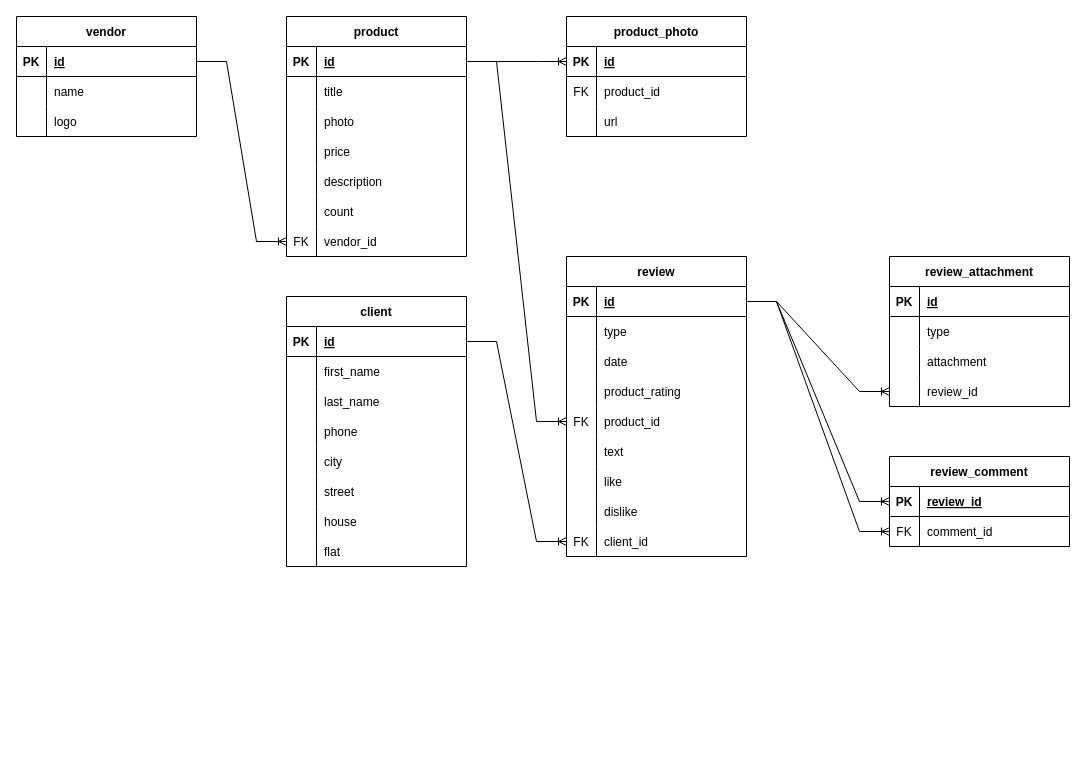
Above: docs/data_schema.drawio in MOBelyaev/appliances-strore-sample (draw.io), before the change. Source tidied: cells renumbered, new cells numbered last; positions are measured from the earlier drawing's top-left corner, leaving out a move shared by most shapes. Both pictures are drawn from the tidied source at 100%, with x=0, y=0 at pixel (16, 16).
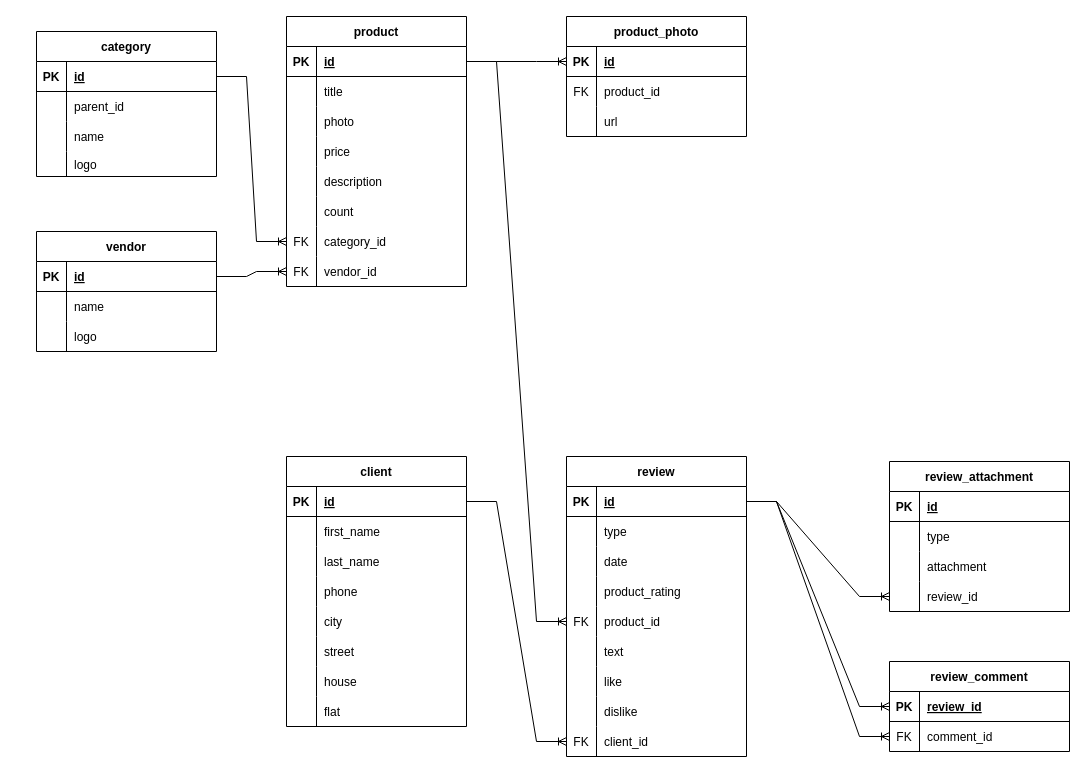
Above is the later version.

Diff of the diagram source:
```diff
@@
     <mxCell id="2" value="vendor" style="shape=table;startSize=30;childLayout=tableLayout;rowLines=0;fontStyle=1;align=center;" parent="1" vertex="1">
-      <mxGeometry width="180" height="120" as="geometry" />
+      <mxGeometry x="20" y="215" width="180" height="120" as="geometry" />
     </mxCell>
@@
     <mxCell id="12" value="product" style="shape=table;startSize=30;childLayout=tableLayout;rowLines=0;fontStyle=1;align=center;" parent="1" vertex="1">
-      <mxGeometry x="270" width="180" height="240" as="geometry" />
+      <mxGeometry x="270" width="180" height="270" as="geometry" />
     </mxCell>
@@
+    <mxCell id="124" style="shape=tableRow;horizontal=0;startSize=0;swimlaneHead=0;swimlaneBody=0;fillColor=none;points=[[0,0.5],[1,0.5]];portConstraint=eastwest;top=0;left=0;right=0;bottom=0;" parent="12" vertex="1">
+      <mxGeometry y="210" width="180" height="30" as="geometry" />
+    </mxCell>
+    <mxCell id="125" value="FK" style="shape=partialRectangle;fillColor=none;top=0;left=0;bottom=0;right=0;fontStyle=0;overflow=hidden;" parent="124" vertex="1">
+      <mxGeometry width="30" height="30" as="geometry" />
+    </mxCell>
+    <mxCell id="126" value="category_id" style="shape=partialRectangle;fillColor=none;top=0;left=0;bottom=0;right=0;align=left;spacingLeft=6;fontStyle=0;overflow=hidden;" parent="124" vertex="1">
+      <mxGeometry x="30" width="150" height="30" as="geometry" />
+    </mxCell>
     <mxCell id="31" style="shape=tableRow;horizontal=0;startSize=0;swimlaneHead=0;swimlaneBody=0;fillColor=none;points=[[0,0.5],[1,0.5]];portConstraint=eastwest;top=0;left=0;right=0;bottom=0;" parent="12" vertex="1">
-      <mxGeometry y="210" width="180" height="30" as="geometry" />
+      <mxGeometry y="240" width="180" height="30" as="geometry" />
     </mxCell>
@@
     <mxCell id="44" value="client" style="shape=table;startSize=30;childLayout=tableLayout;rowLines=0;fontStyle=1;align=center;" parent="1" vertex="1">
-      <mxGeometry x="270" y="280" width="180" height="270" as="geometry" />
+      <mxGeometry x="270" y="440" width="180" height="270" as="geometry" />
     </mxCell>
@@
     <mxCell id="69" value="review" style="shape=table;startSize=30;childLayout=tableLayout;rowLines=0;fontStyle=1;align=center;" parent="1" vertex="1">
-      <mxGeometry x="550" y="240" width="180" height="300" as="geometry" />
+      <mxGeometry x="550" y="440" width="180" height="300" as="geometry" />
     </mxCell>
@@
     <mxCell id="97" value="review_attachment" style="shape=table;startSize=30;childLayout=tableLayout;rowLines=0;fontStyle=1;align=center;" parent="1" vertex="1">
-      <mxGeometry x="873" y="240" width="180" height="150" as="geometry" />
+      <mxGeometry x="873" y="445" width="180" height="150" as="geometry" />
     </mxCell>
@@
     <mxCell id="110" value="review_comment" style="shape=table;startSize=30;childLayout=tableLayout;rowLines=0;fontStyle=1;align=center;" parent="1" vertex="1">
-      <mxGeometry x="873" y="440" width="180" height="90" as="geometry" />
+      <mxGeometry x="873" y="645" width="180" height="90" as="geometry" />
     </mxCell>
@@
+    <mxCell id="127" value="category" style="shape=table;startSize=30;childLayout=tableLayout;rowLines=0;fontStyle=1;align=center;" parent="1" vertex="1">
+      <mxGeometry x="20" y="15" width="180" height="145" as="geometry" />
+    </mxCell>
+    <mxCell id="128" style="shape=tableRow;horizontal=0;startSize=0;swimlaneHead=0;swimlaneBody=0;fillColor=none;points=[[0,0.5],[1,0.5]];portConstraint=eastwest;top=0;left=0;right=0;bottom=1;" parent="127" vertex="1">
+      <mxGeometry y="30" width="180" height="30" as="geometry" />
+    </mxCell>
+    <mxCell id="129" value="PK" style="shape=partialRectangle;fillColor=none;top=0;left=0;bottom=0;right=0;fontStyle=1;overflow=hidden;" parent="128" vertex="1">
+      <mxGeometry width="30" height="30" as="geometry" />
+    </mxCell>
+    <mxCell id="130" value="id" style="shape=partialRectangle;fillColor=none;top=0;left=0;bottom=0;right=0;align=left;spacingLeft=6;fontStyle=5;overflow=hidden;" parent="128" vertex="1">
+      <mxGeometry x="30" width="150" height="30" as="geometry" />
+    </mxCell>
+    <mxCell id="131" style="shape=tableRow;horizontal=0;startSize=0;swimlaneHead=0;swimlaneBody=0;fillColor=none;top=0;left=0;right=0;bottom=0;" parent="127" vertex="1">
+      <mxGeometry y="60" width="180" height="30" as="geometry" />
+    </mxCell>
+    <mxCell id="132" style="shape=partialRectangle;fillColor=none;top=0;left=0;bottom=0;right=0;overflow=hidden;" parent="131" vertex="1">
+      <mxGeometry width="30" height="30" as="geometry" />
+    </mxCell>
+    <mxCell id="133" value="parent_id" style="shape=partialRectangle;fillColor=none;top=0;left=0;bottom=0;right=0;align=left;spacingLeft=6;overflow=hidden;" parent="131" vertex="1">
+      <mxGeometry x="30" width="150" height="30" as="geometry" />
+    </mxCell>
+    <mxCell id="134" style="shape=tableRow;horizontal=0;startSize=0;swimlaneHead=0;swimlaneBody=0;fillColor=none;top=0;left=0;right=0;bottom=0;" parent="127" vertex="1">
+      <mxGeometry y="90" width="180" height="30" as="geometry" />
+    </mxCell>
+    <mxCell id="135" style="shape=partialRectangle;fillColor=none;top=0;left=0;bottom=0;right=0;overflow=hidden;" parent="134" vertex="1">
+      <mxGeometry width="30" height="30" as="geometry" />
+    </mxCell>
+    <mxCell id="136" value="name" style="shape=partialRectangle;fillColor=none;top=0;left=0;bottom=0;right=0;align=left;spacingLeft=6;overflow=hidden;" parent="134" vertex="1">
+      <mxGeometry x="30" width="150" height="30" as="geometry" />
+    </mxCell>
+    <mxCell id="137" style="shape=tableRow;horizontal=0;startSize=0;swimlaneHead=0;swimlaneBody=0;fillColor=none;top=0;left=0;right=0;bottom=0;" parent="127" vertex="1">
+      <mxGeometry y="120" width="180" height="25" as="geometry" />
+    </mxCell>
+    <mxCell id="138" style="shape=partialRectangle;fillColor=none;top=0;left=0;bottom=0;right=0;overflow=hidden;" parent="137" vertex="1">
+      <mxGeometry width="30" height="25" as="geometry" />
+    </mxCell>
+    <mxCell id="139" value="logo" style="shape=partialRectangle;fillColor=none;top=0;left=0;bottom=0;right=0;align=left;spacingLeft=6;overflow=hidden;" parent="137" vertex="1">
+      <mxGeometry x="30" width="150" height="25" as="geometry" />
+    </mxCell>
+    <mxCell id="140" style="edgeStyle=entityRelationEdgeStyle;fontSize=12;html=1;endArrow=ERoneToMany;rounded=0;entryX=0;entryY=0.5;entryDx=0;entryDy=0;exitX=1;exitY=0.5;exitDx=0;exitDy=0;" parent="1" edge="1" source="128" target="124">
+      <mxGeometry relative="1" as="geometry" />
+    </mxCell>
```
